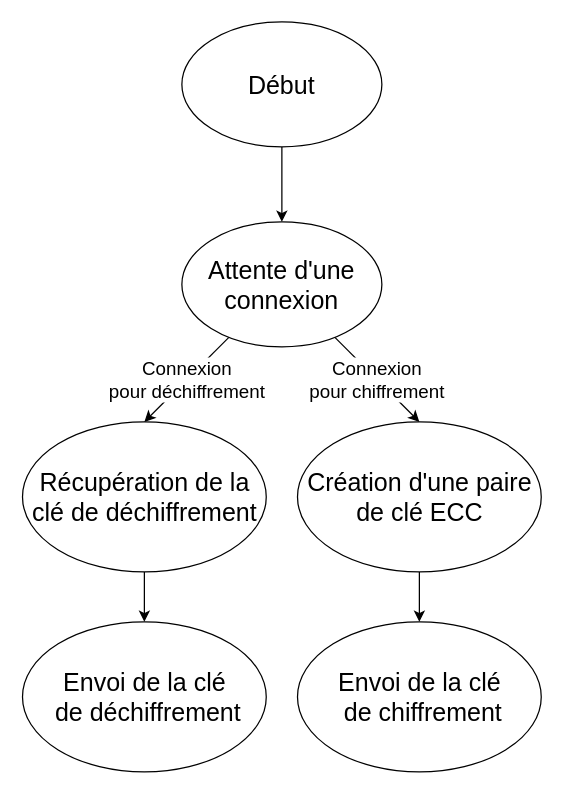
This is architecture/state_diagram_c2.drawio from leJBP/adaptative-ransomware, a draw.io file, before an edit. Source tidied: cells renumbered, new cells numbered last; positions are measured from the earlier drawing's top-left corner, leaving out a move shared by most shapes. Both pictures are drawn from the tidied source at 125%, with x=0, y=0 at pixel (21, 21).
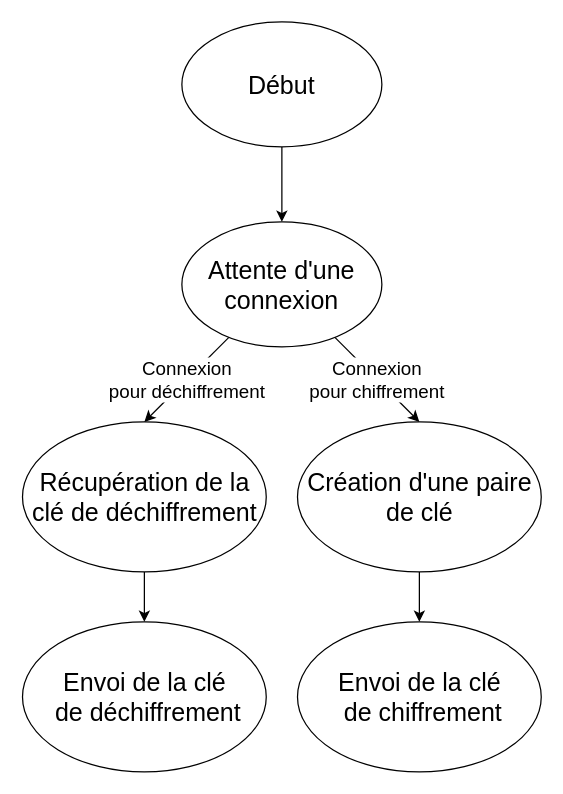
The same page after the edit.

Change to the diagram source:
```diff
@@
 <mxGraphModel>
   <root>
     <mxCell id="0" />
     <mxCell id="1" parent="0" />
     <mxCell id="2" style="edgeStyle=none;html=1;entryX=0.5;entryY=0;entryDx=0;entryDy=0;" parent="1" edge="1" source="3" target="6">
       <mxGeometry relative="1" as="geometry" />
     </mxCell>
     <mxCell id="3" value="&lt;font style=&quot;font-size: 20px;&quot;&gt;Début&lt;/font&gt;" style="ellipse;whiteSpace=wrap;html=1;" parent="1" vertex="1">
       <mxGeometry x="128" width="160" height="100" as="geometry" />
     </mxCell>
     <mxCell id="4" value="&lt;font style=&quot;font-size: 15px;&quot;&gt;Connexion &lt;br&gt;pour chiffrement&lt;/font&gt;" style="edgeStyle=none;html=1;entryX=0.5;entryY=0;entryDx=0;entryDy=0;" parent="1" edge="1" source="6" target="10">
       <mxGeometry relative="1" as="geometry" />
     </mxCell>
     <mxCell id="5" value="&lt;font style=&quot;font-size: 15px;&quot;&gt;Connexion&lt;br&gt;pour déchiffrement&lt;/font&gt;" style="edgeStyle=none;html=1;entryX=0.5;entryY=0;entryDx=0;entryDy=0;" parent="1" edge="1" source="6" target="8">
       <mxGeometry relative="1" as="geometry" />
     </mxCell>
     <mxCell id="6" value="&lt;font style=&quot;font-size: 20px;&quot;&gt;Attente d'une&lt;br&gt;connexion&lt;br&gt;&lt;/font&gt;" style="ellipse;whiteSpace=wrap;html=1;" parent="1" vertex="1">
       <mxGeometry x="128" y="160" width="160" height="100" as="geometry" />
     </mxCell>
     <mxCell id="7" style="edgeStyle=none;html=1;entryX=0.5;entryY=0;entryDx=0;entryDy=0;fontSize=15;" parent="1" edge="1" source="8" target="12">
       <mxGeometry relative="1" as="geometry" />
     </mxCell>
     <mxCell id="8" value="&lt;font style=&quot;font-size: 20px;&quot;&gt;Récupération de la clé de déchiffrement&lt;/font&gt;" style="ellipse;whiteSpace=wrap;html=1;" parent="1" vertex="1">
       <mxGeometry x="0.5" y="320" width="195" height="120" as="geometry" />
     </mxCell>
     <mxCell id="9" style="edgeStyle=none;html=1;entryX=0.5;entryY=0;entryDx=0;entryDy=0;fontSize=15;" parent="1" edge="1" source="10" target="11">
       <mxGeometry relative="1" as="geometry" />
     </mxCell>
-    <mxCell id="10" value="&lt;font style=&quot;font-size: 20px;&quot;&gt;Création d'une paire de clé ECC&lt;/font&gt;" style="ellipse;whiteSpace=wrap;html=1;" parent="1" vertex="1">
+    <mxCell id="10" value="&lt;font style=&quot;font-size: 20px;&quot;&gt;Création d'une paire de clé&lt;/font&gt;" style="ellipse;whiteSpace=wrap;html=1;" parent="1" vertex="1">
       <mxGeometry x="220.5" y="320" width="195" height="120" as="geometry" />
     </mxCell>
     <mxCell id="11" value="&lt;font style=&quot;font-size: 20px;&quot;&gt;Envoi de la clé&lt;br&gt;&amp;nbsp;de chiffrement&lt;/font&gt;" style="ellipse;whiteSpace=wrap;html=1;" parent="1" vertex="1">
       <mxGeometry x="220.5" y="480" width="195" height="120" as="geometry" />
     </mxCell>
     <mxCell id="12" value="&lt;span style=&quot;font-size: 20px;&quot;&gt;Envoi de la clé&lt;/span&gt;&lt;br style=&quot;border-color: var(--border-color); font-size: 20px;&quot;&gt;&lt;span style=&quot;font-size: 20px;&quot;&gt;&amp;nbsp;de déchiffrement&lt;/span&gt;" style="ellipse;whiteSpace=wrap;html=1;" parent="1" vertex="1">
       <mxGeometry x="0.5" y="480" width="195" height="120" as="geometry" />
     </mxCell>
   </root>
 </mxGraphModel>
```
